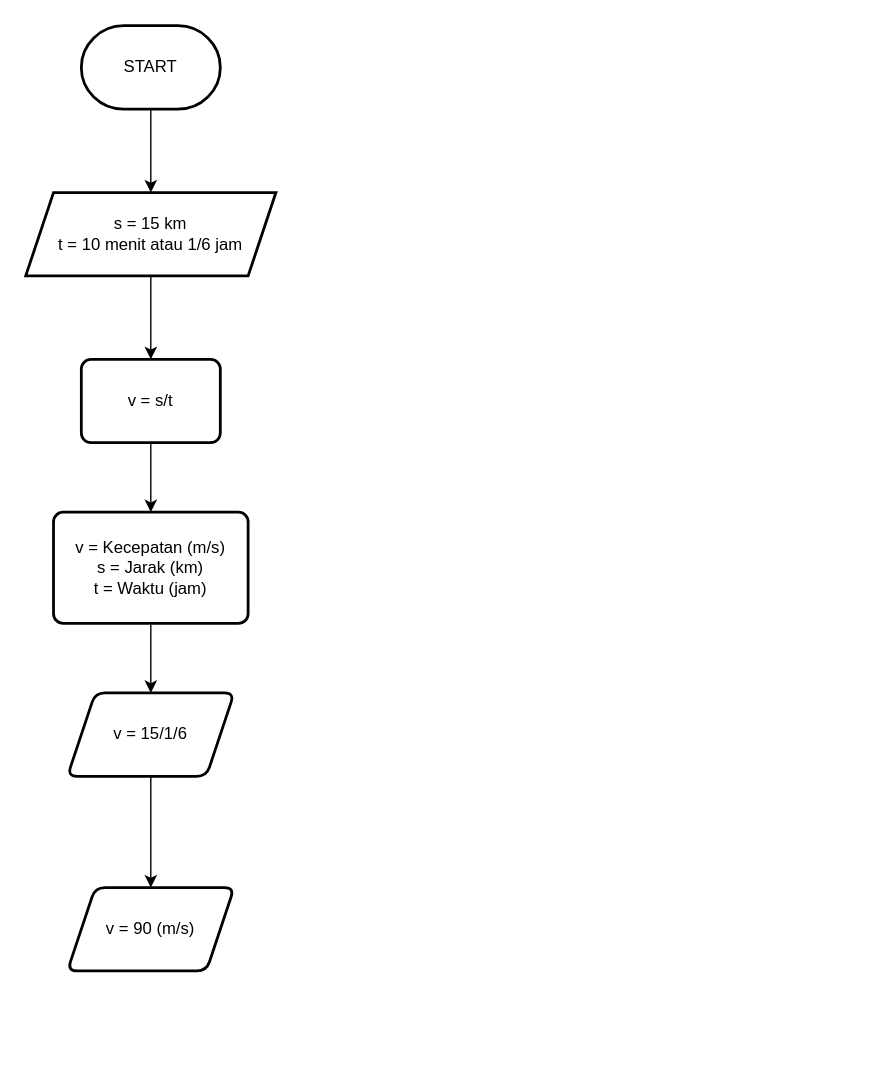
The draw.io diagram Mencari Kecepatan dan Percepatan.drawio in Vanvill027/Algo_B_23241075_2, before the edit. Source tidied: cells renumbered, new cells numbered last; positions are measured from the earlier drawing's top-left corner, leaving out a move shared by most shapes. Both pictures are drawn from the tidied source at 139%, with x=0, y=0 at pixel (25, 25).
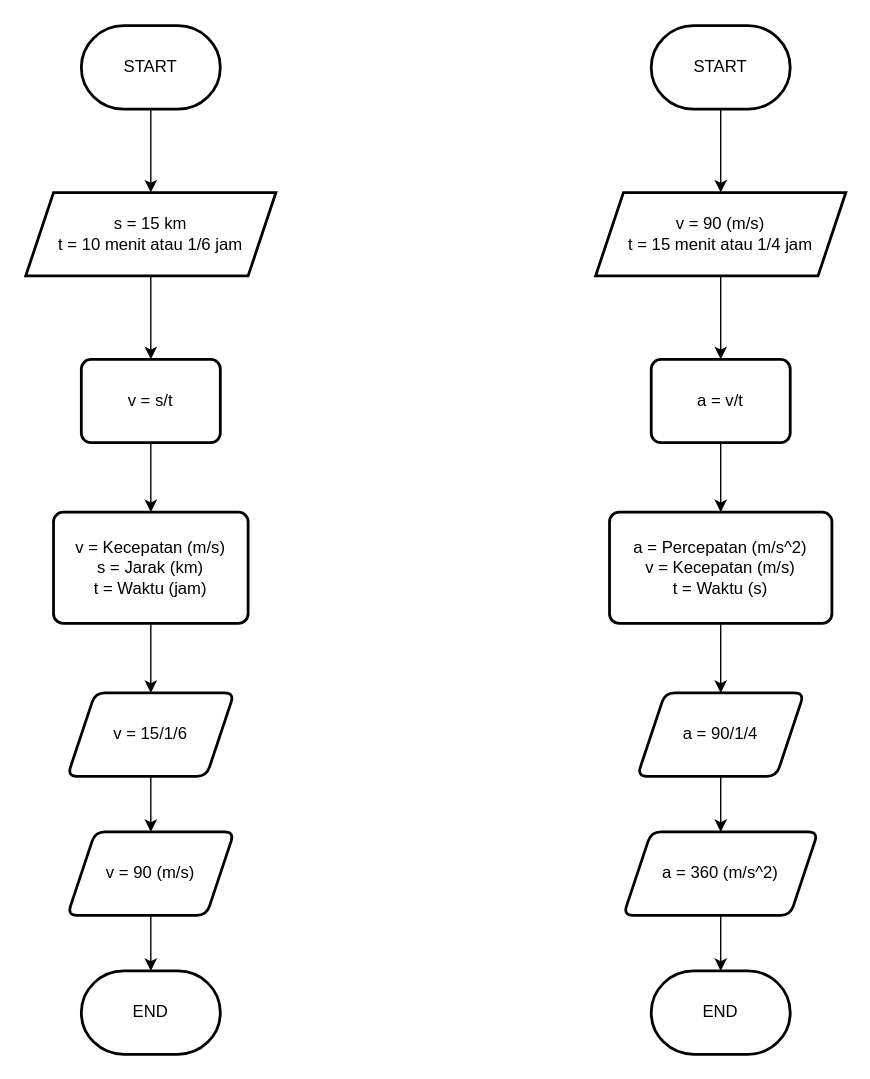
Above is the later version.

Change to the diagram source:
```diff
@@
+    <mxCell id="13" style="edgeStyle=orthogonalEdgeStyle;rounded=0;jettySize=auto;html=1;" parent="1" edge="1" source="12" target="14">
+      <mxGeometry relative="1" as="geometry" />
+    </mxCell>
     <mxCell id="12" value="v = 90 (m/s)" style="shape=parallelogram;perimeter=parallelogramPerimeter;whiteSpace=wrap;html=1;fixedSize=1;rounded=1;arcSize=14;strokeWidth=2;glass=0;" parent="1" vertex="1">
-      <mxGeometry x="30" y="620" width="120" height="60" as="geometry" />
+      <mxGeometry x="30" y="580" width="120" height="60" as="geometry" />
     </mxCell>
+    <mxCell id="14" value="END" style="strokeWidth=2;html=1;shape=mxgraph.flowchart.terminator;whiteSpace=wrap;" parent="1" vertex="1">
+      <mxGeometry x="40" y="680" width="100" height="60" as="geometry" />
+    </mxCell>
+    <mxCell id="15" style="edgeStyle=orthogonalEdgeStyle;rounded=0;jettySize=auto;html=1;" parent="1" edge="1" source="16" target="18">
+      <mxGeometry relative="1" as="geometry" />
+    </mxCell>
+    <mxCell id="16" value="START" style="strokeWidth=2;html=1;shape=mxgraph.flowchart.terminator;whiteSpace=wrap;" parent="1" vertex="1">
+      <mxGeometry x="450" width="100" height="60" as="geometry" />
+    </mxCell>
+    <mxCell id="17" style="edgeStyle=orthogonalEdgeStyle;rounded=0;jettySize=auto;html=1;" parent="1" edge="1" source="18" target="20">
+      <mxGeometry relative="1" as="geometry" />
+    </mxCell>
+    <mxCell id="18" value="v = 90 (m/s)&lt;br&gt;t = 15 menit atau 1/4 jam" style="shape=parallelogram;perimeter=parallelogramPerimeter;whiteSpace=wrap;html=1;fixedSize=1;strokeWidth=2;" parent="1" vertex="1">
+      <mxGeometry x="410" y="120" width="180" height="60" as="geometry" />
+    </mxCell>
+    <mxCell id="19" style="edgeStyle=orthogonalEdgeStyle;rounded=0;jettySize=auto;html=1;" parent="1" edge="1" source="20" target="22">
+      <mxGeometry relative="1" as="geometry" />
+    </mxCell>
+    <mxCell id="20" value="a = v/t" style="rounded=1;whiteSpace=wrap;html=1;absoluteArcSize=1;arcSize=14;strokeWidth=2;" parent="1" vertex="1">
+      <mxGeometry x="450" y="240" width="100" height="60" as="geometry" />
+    </mxCell>
+    <mxCell id="21" style="edgeStyle=orthogonalEdgeStyle;rounded=0;jettySize=auto;html=1;" parent="1" edge="1" source="22" target="24">
+      <mxGeometry relative="1" as="geometry" />
+    </mxCell>
+    <mxCell id="22" value="a = Percepatan (m/s^2)&lt;br&gt;v = Kecepatan (m/s)&lt;br&gt;t = Waktu (s)" style="rounded=1;whiteSpace=wrap;html=1;absoluteArcSize=1;arcSize=14;strokeWidth=2;glass=0;" parent="1" vertex="1">
+      <mxGeometry x="420" y="350" width="160" height="80" as="geometry" />
+    </mxCell>
+    <mxCell id="23" style="edgeStyle=orthogonalEdgeStyle;rounded=0;jettySize=auto;html=1;" parent="1" edge="1" source="24" target="26">
+      <mxGeometry relative="1" as="geometry" />
+    </mxCell>
+    <mxCell id="24" value="a = 90/1/4" style="shape=parallelogram;perimeter=parallelogramPerimeter;whiteSpace=wrap;html=1;fixedSize=1;rounded=1;arcSize=14;strokeWidth=2;glass=0;" parent="1" vertex="1">
+      <mxGeometry x="440" y="480" width="120" height="60" as="geometry" />
+    </mxCell>
+    <mxCell id="25" style="edgeStyle=orthogonalEdgeStyle;rounded=0;jettySize=auto;html=1;" parent="1" edge="1" source="26" target="27">
+      <mxGeometry relative="1" as="geometry" />
+    </mxCell>
+    <mxCell id="26" value="a = 360 (m/s^2)" style="shape=parallelogram;perimeter=parallelogramPerimeter;whiteSpace=wrap;html=1;fixedSize=1;rounded=1;arcSize=14;strokeWidth=2;glass=0;" parent="1" vertex="1">
+      <mxGeometry x="430" y="580" width="140" height="60" as="geometry" />
+    </mxCell>
+    <mxCell id="27" value="END" style="strokeWidth=2;html=1;shape=mxgraph.flowchart.terminator;whiteSpace=wrap;" parent="1" vertex="1">
+      <mxGeometry x="450" y="680" width="100" height="60" as="geometry" />
+    </mxCell>
```
